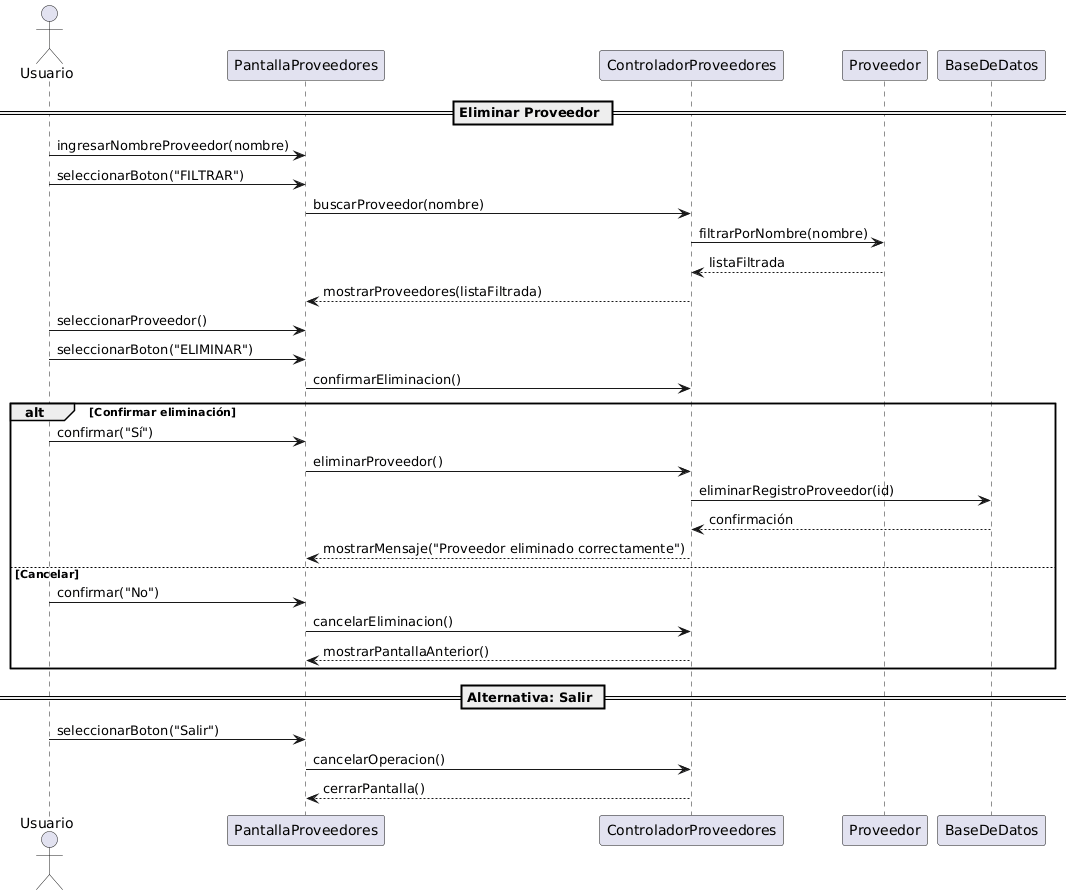
Earlier version of the PlantUML export 08 - Diagrama de secuencia/04 - Proveedores/Elimina proveedor.png (EmanuelMonella/baterias). Source of this version:
```plantuml
@startuml
actor Usuario

== Eliminar Proveedor ==

Usuario -> PantallaProveedores : ingresarNombreProveedor(nombre)
Usuario -> PantallaProveedores : seleccionarBoton("FILTRAR")
PantallaProveedores -> ControladorProveedores : buscarProveedor(nombre)
ControladorProveedores -> Proveedor : filtrarPorNombre(nombre)
Proveedor --> ControladorProveedores : listaFiltrada
ControladorProveedores --> PantallaProveedores : mostrarProveedores(listaFiltrada)

Usuario -> PantallaProveedores : seleccionarProveedor()
Usuario -> PantallaProveedores : seleccionarBoton("ELIMINAR")
PantallaProveedores -> ControladorProveedores : confirmarEliminacion()

alt Confirmar eliminación
    Usuario -> PantallaProveedores : confirmar("Sí")
    PantallaProveedores -> ControladorProveedores : eliminarProveedor()
    ControladorProveedores -> BaseDeDatos : eliminarRegistroProveedor(id)
    BaseDeDatos --> ControladorProveedores : confirmación
    ControladorProveedores --> PantallaProveedores : mostrarMensaje("Proveedor eliminado correctamente")
else Cancelar
    Usuario -> PantallaProveedores : confirmar("No")
    PantallaProveedores -> ControladorProveedores : cancelarEliminacion()
    ControladorProveedores --> PantallaProveedores : mostrarPantallaAnterior()
end

== Alternativa: Salir ==
Usuario -> PantallaProveedores : seleccionarBoton("Salir")
PantallaProveedores -> ControladorProveedores : cancelarOperacion()
ControladorProveedores --> PantallaProveedores : cerrarPantalla()
@enduml
```
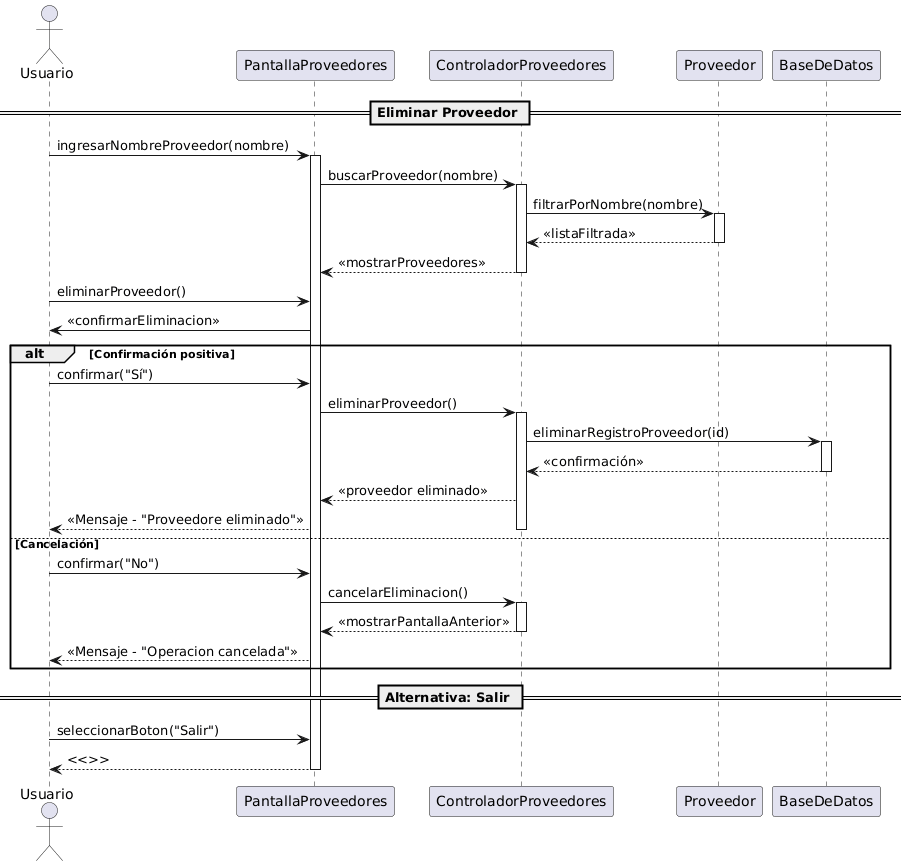
Later version of the same file.

Change to the diagram source:
```diff
@@ -4,30 +4,49 @@
 == Eliminar Proveedor ==
 
 Usuario -> PantallaProveedores : ingresarNombreProveedor(nombre)
-Usuario -> PantallaProveedores : seleccionarBoton("FILTRAR")
+activate PantallaProveedores
+
 PantallaProveedores -> ControladorProveedores : buscarProveedor(nombre)
+activate ControladorProveedores
+
 ControladorProveedores -> Proveedor : filtrarPorNombre(nombre)
-Proveedor --> ControladorProveedores : listaFiltrada
-ControladorProveedores --> PantallaProveedores : mostrarProveedores(listaFiltrada)
+activate Proveedor
+Proveedor --> ControladorProveedores : <<listaFiltrada>>
+deactivate Proveedor
 
-Usuario -> PantallaProveedores : seleccionarProveedor()
-Usuario -> PantallaProveedores : seleccionarBoton("ELIMINAR")
-PantallaProveedores -> ControladorProveedores : confirmarEliminacion()
+ControladorProveedores --> PantallaProveedores : <<mostrarProveedores>>
+deactivate ControladorProveedores
 
-alt Confirmar eliminación
+Usuario -> PantallaProveedores : eliminarProveedor()
+PantallaProveedores -> Usuario : <<confirmarEliminacion>>
+
+alt Confirmación positiva
     Usuario -> PantallaProveedores : confirmar("Sí")
     PantallaProveedores -> ControladorProveedores : eliminarProveedor()
+    activate ControladorProveedores
+
+
     ControladorProveedores -> BaseDeDatos : eliminarRegistroProveedor(id)
-    BaseDeDatos --> ControladorProveedores : confirmación
-    ControladorProveedores --> PantallaProveedores : mostrarMensaje("Proveedor eliminado correctamente")
-else Cancelar
+    activate BaseDeDatos
+    BaseDeDatos --> ControladorProveedores : <<confirmación>>
+    deactivate BaseDeDatos
+
+    ControladorProveedores --> PantallaProveedores : <<proveedor eliminado>>
+    PantallaProveedores --> Usuario : <<Mensaje - "Proveedore eliminado">>
+    deactivate ControladorProveedores
+
+else Cancelación
     Usuario -> PantallaProveedores : confirmar("No")
     PantallaProveedores -> ControladorProveedores : cancelarEliminacion()
-    ControladorProveedores --> PantallaProveedores : mostrarPantallaAnterior()
+    activate ControladorProveedores
+
+    ControladorProveedores --> PantallaProveedores : <<mostrarPantallaAnterior>>
+    deactivate ControladorProveedores
+    PantallaProveedores --> Usuario : <<Mensaje - "Operacion cancelada">>
 end
 
 == Alternativa: Salir ==
 Usuario -> PantallaProveedores : seleccionarBoton("Salir")
-PantallaProveedores -> ControladorProveedores : cancelarOperacion()
-ControladorProveedores --> PantallaProveedores : cerrarPantalla()
+PantallaProveedores --> Usuario : <<>>
+deactivate PantallaProveedores
 @enduml
```
